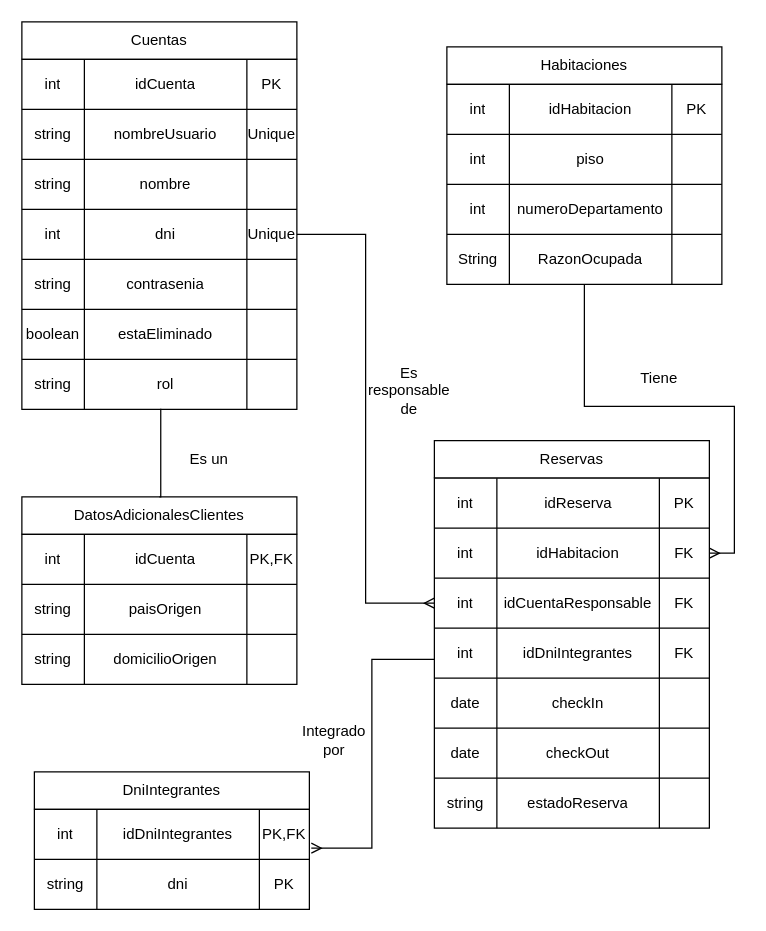
Earlier version of the draw.io diagram HOTEL DER.drawio (Lucas-Lanari/TPfinalSistemaDeHotel). Source tidied: cells renumbered, new cells numbered last; positions are measured from the earlier drawing's top-left corner, leaving out a move shared by most shapes. Both pictures are drawn from the tidied source at 125%, with x=0, y=0 at pixel (21, 21).
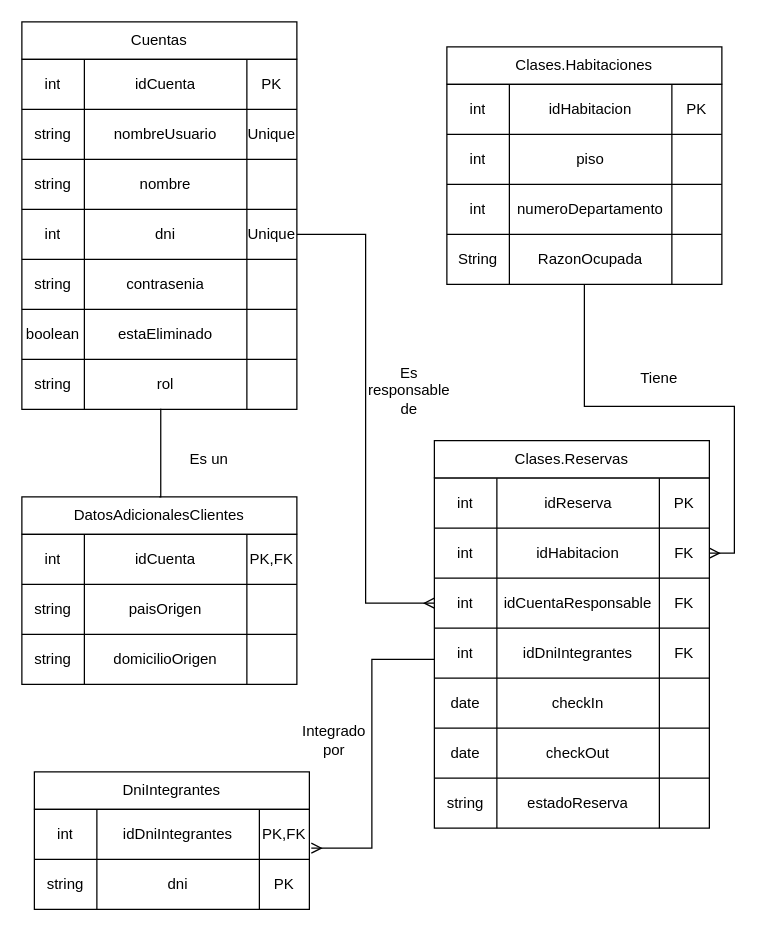
The same page after the edit.

The edit, as a diff of the source:
```diff
@@
-    <mxCell id="48" value="Reservas" style="swimlane;fontStyle=0;horizontal=1;startSize=30;whiteSpace=wrap;html=1;" parent="1" vertex="1">
+    <mxCell id="48" value="Clases.Reservas" style="swimlane;fontStyle=0;horizontal=1;startSize=30;whiteSpace=wrap;html=1;" parent="1" vertex="1">
       <mxGeometry x="330" y="335" width="220" height="30" as="geometry" />
     </mxCell>
@@
-    <mxCell id="78" value="Habitaciones" style="swimlane;fontStyle=0;horizontal=1;startSize=30;whiteSpace=wrap;html=1;" parent="1" vertex="1">
+    <mxCell id="78" value="Clases.Habitaciones" style="swimlane;fontStyle=0;horizontal=1;startSize=30;whiteSpace=wrap;html=1;" parent="1" vertex="1">
       <mxGeometry x="340" y="20" width="220" height="30" as="geometry" />
     </mxCell>
```
